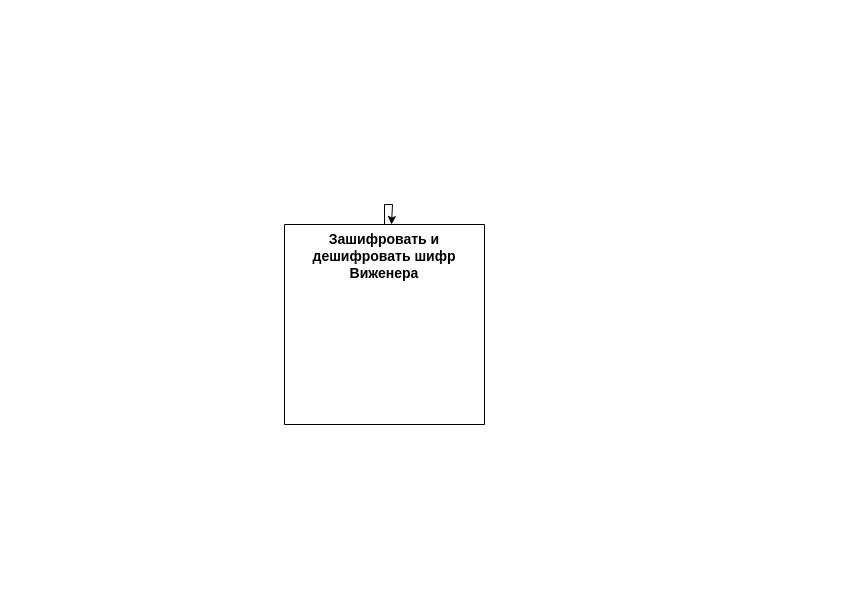
This is page "IDEF уровень А0" (1 of 2) of Диаграмма без названия.drawio from Epicbro2222/IDEF0-diagram-, a draw.io file, before an edit. Source tidied: cells renumbered, new cells numbered last; positions are measured from the earlier drawing's top-left corner, leaving out a move shared by most shapes. Both pictures are drawn from the tidied source at 100%, with x=0, y=0 at pixel (284, 204).
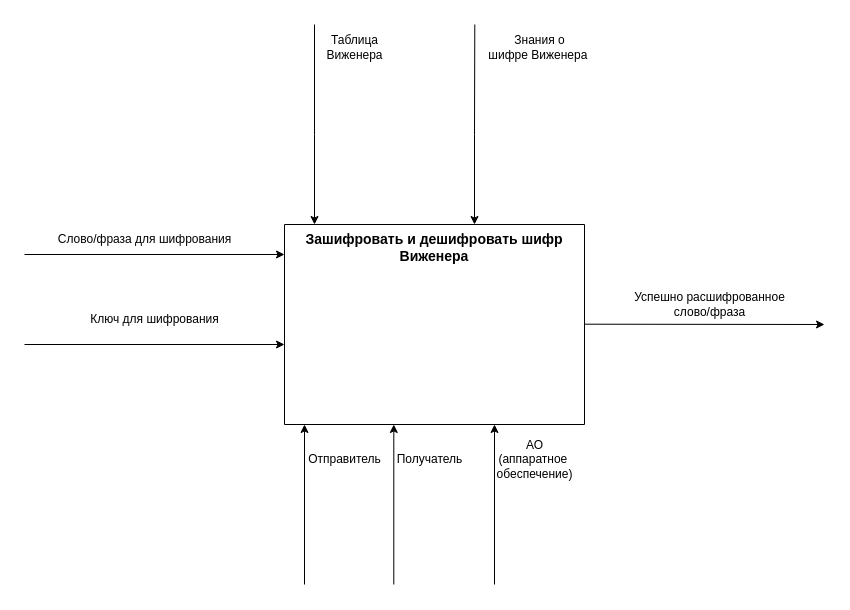
The same page after the edit.

Commit message:
Шифр Виженера

Diff of the diagram source:
```diff
@@
-    <mxCell id="2" style="edgeStyle=orthogonalEdgeStyle;rounded=0;jettySize=auto;html=1;" parent="1" edge="1" source="3">
+    <mxCell id="2" style="edgeStyle=orthogonalEdgeStyle;rounded=0;orthogonalLoop=1;jettySize=auto;html=1;" parent="1" edge="1">
       <mxGeometry relative="1" as="geometry">
-        <mxPoint x="107" y="20" as="targetPoint" />
+        <mxPoint x="30" y="-180" as="sourcePoint" />
+        <mxPoint x="30" y="20" as="targetPoint" />
         <Array as="points">
-          <mxPoint x="100" />
-          <mxPoint x="108" />
-          <mxPoint x="108" y="20" />
+          <mxPoint x="30" y="-70" />
+          <mxPoint x="30" y="-70" />
         </Array>
       </mxGeometry>
     </mxCell>
     <mxCell id="3" value="Зашифровать и дешифровать шифр Виженера" style="swimlane;startSize=0;fontSize=14;verticalAlign=top;whiteSpace=wrap;labelPosition=center;verticalLabelPosition=middle;align=center;" parent="1" vertex="1">
-      <mxGeometry y="20" width="200" height="200" as="geometry" />
+      <mxGeometry y="20" width="300" height="200" as="geometry" />
     </mxCell>
+    <mxCell id="4" style="endArrow=classic;html=1;rounded=0;" parent="1" edge="1">
+      <mxGeometry relative="1" as="geometry">
+        <mxPoint x="190.3" y="-180" as="sourcePoint" />
+        <mxPoint x="190" y="20" as="targetPoint" />
+        <Array as="points">
+          <mxPoint x="190" y="-70" />
+        </Array>
+      </mxGeometry>
+    </mxCell>
+    <mxCell id="5" value="Таблица&lt;div&gt;Виженера&lt;/div&gt;" style="text;html=1;align=center;verticalAlign=middle;strokeColor=none;fillColor=none;" parent="1" vertex="1">
+      <mxGeometry x="30" y="-177" width="80" height="40" as="geometry" />
+    </mxCell>
+    <mxCell id="6" value="Знания о&lt;div&gt;шифре Виженера&amp;nbsp;&lt;/div&gt;" style="text;html=1;align=center;verticalAlign=middle;strokeColor=none;fillColor=none;" parent="1" vertex="1">
+      <mxGeometry x="190" y="-177" width="130" height="40" as="geometry" />
+    </mxCell>
+    <mxCell id="7" style="endArrow=classic;html=1;rounded=0;" parent="1" edge="1">
+      <mxGeometry relative="1" as="geometry">
+        <mxPoint x="-260" y="50" as="sourcePoint" />
+        <mxPoint y="50" as="targetPoint" />
+      </mxGeometry>
+    </mxCell>
+    <mxCell id="8" style="endArrow=classic;html=1;rounded=0;" parent="1" edge="1">
+      <mxGeometry relative="1" as="geometry">
+        <mxPoint x="-260" y="140" as="sourcePoint" />
+        <mxPoint y="140" as="targetPoint" />
+      </mxGeometry>
+    </mxCell>
+    <mxCell id="9" value="Слово/фраза для шифрования" style="text;html=1;align=center;verticalAlign=middle;strokeColor=none;fillColor=none;" parent="1" vertex="1">
+      <mxGeometry x="-240" y="20" width="200" height="30" as="geometry" />
+    </mxCell>
+    <mxCell id="10" value="Ключ для шифрования" style="text;html=1;align=center;verticalAlign=middle;strokeColor=none;fillColor=none;" parent="1" vertex="1">
+      <mxGeometry x="-205" y="100" width="150" height="30" as="geometry" />
+    </mxCell>
+    <mxCell id="11" style="endArrow=classic;html=1;rounded=0;" parent="1" edge="1">
+      <mxGeometry relative="1" as="geometry">
+        <mxPoint x="20" y="380" as="sourcePoint" />
+        <mxPoint x="20" y="220" as="targetPoint" />
+      </mxGeometry>
+    </mxCell>
+    <mxCell id="12" style="endArrow=classic;html=1;rounded=0;" parent="1" edge="1">
+      <mxGeometry relative="1" as="geometry">
+        <mxPoint x="109.3" y="380" as="sourcePoint" />
+        <mxPoint x="109.3" y="220" as="targetPoint" />
+      </mxGeometry>
+    </mxCell>
+    <mxCell id="13" style="endArrow=classic;html=1;rounded=0;" parent="1" edge="1">
+      <mxGeometry relative="1" as="geometry">
+        <mxPoint x="210" y="380" as="sourcePoint" />
+        <mxPoint x="210" y="220" as="targetPoint" />
+      </mxGeometry>
+    </mxCell>
+    <mxCell id="14" value="Отправитель" style="text;html=1;align=center;verticalAlign=middle;strokeColor=none;fillColor=none;" parent="1" vertex="1">
+      <mxGeometry x="10" y="240" width="100" height="30" as="geometry" />
+    </mxCell>
+    <mxCell id="15" value="Получатель" style="text;html=1;align=center;verticalAlign=middle;strokeColor=none;fillColor=none;" parent="1" vertex="1">
+      <mxGeometry x="100" y="240" width="90" height="30" as="geometry" />
+    </mxCell>
+    <mxCell id="16" value="АО&lt;div&gt;(аппаратное&amp;nbsp;&lt;/div&gt;&lt;div&gt;обеспечение)&lt;/div&gt;" style="text;html=1;align=center;verticalAlign=middle;strokeColor=none;fillColor=none;" parent="1" vertex="1">
+      <mxGeometry x="200" y="225" width="100" height="60" as="geometry" />
+    </mxCell>
+    <mxCell id="17" style="endArrow=classic;html=1;rounded=0;" parent="1" edge="1">
+      <mxGeometry relative="1" as="geometry">
+        <mxPoint x="300" y="119.7" as="sourcePoint" />
+        <mxPoint x="540" y="120" as="targetPoint" />
+      </mxGeometry>
+    </mxCell>
+    <mxCell id="18" value="Успешно расшифрованное&lt;div&gt;слово/фраза&lt;/div&gt;" style="text;html=1;align=center;verticalAlign=middle;strokeColor=none;fillColor=none;" parent="1" vertex="1">
+      <mxGeometry x="340" y="80" width="170" height="40" as="geometry" />
+    </mxCell>
```
